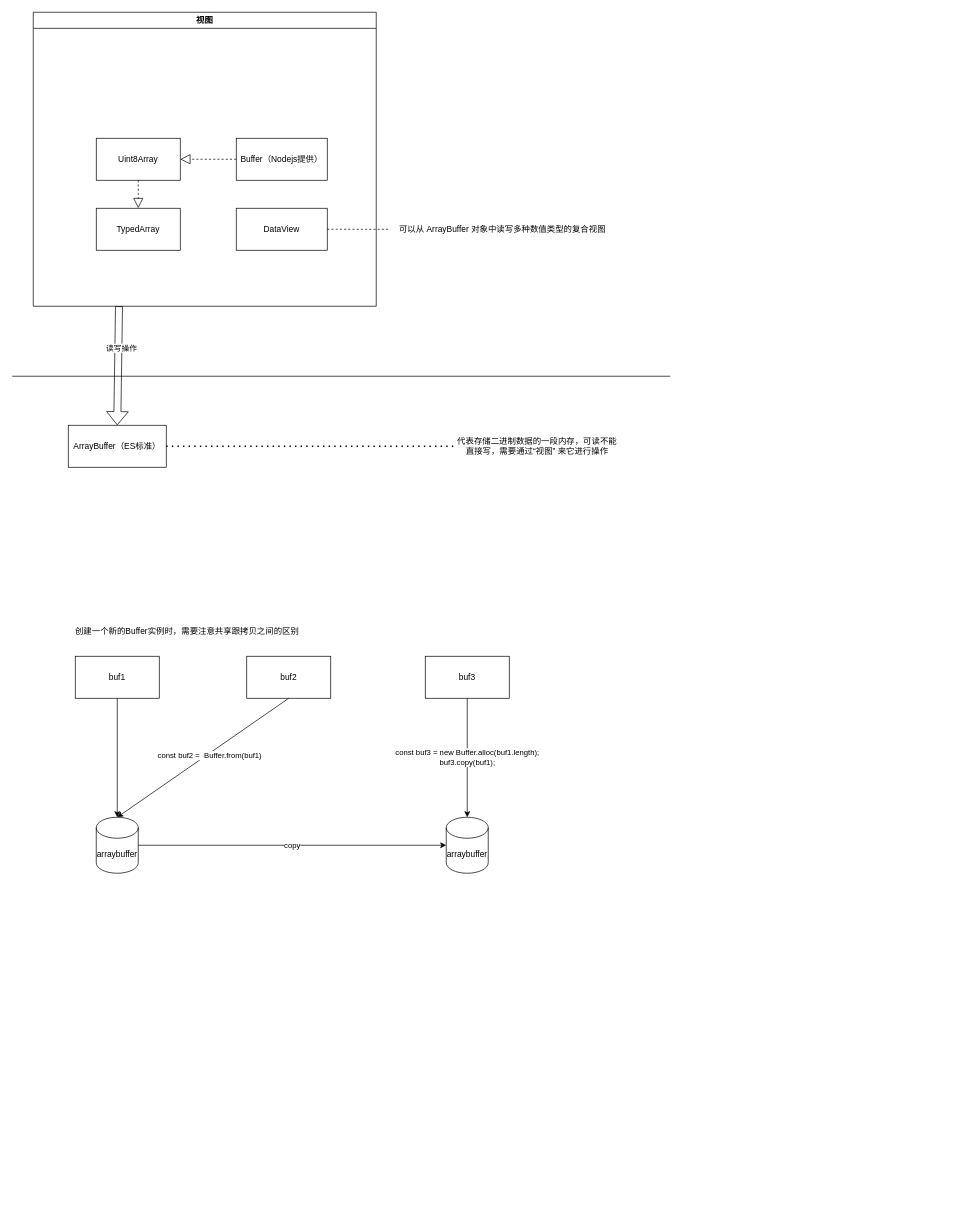
DongDeming/diagrams keeps this draw.io diagram as Buffer 学习图例.drawio. Above is the earlier version. Source tidied: cells renumbered, new cells numbered last; positions are measured from the earlier drawing's top-left corner, leaving out a move shared by most shapes. Both pictures are drawn from the tidied source at 70%, with x=0, y=0 at pixel (12, 12).
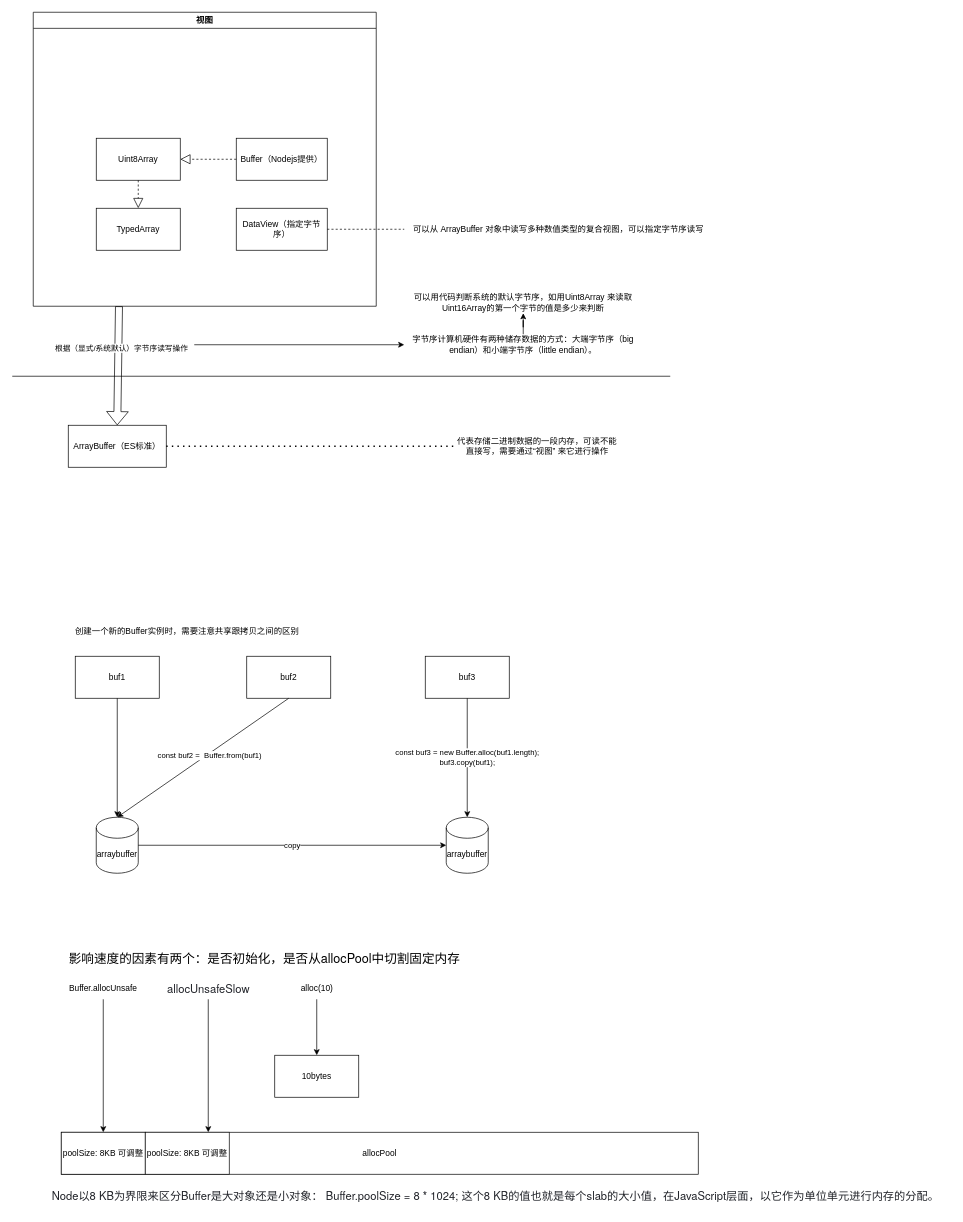
After the change.

Commit message:
更新Buffer 学习图例.drawio

Unchanged cells that the change refers to:
```xml
<mxCell id="5" value="视图" style="swimlane;whiteSpace=wrap;html=1;" parent="1" vertex="1">
  <mxGeometry x="30" width="490" height="420" as="geometry" />
</mxCell>
<mxCell id="13" style="shape=flexArrow;endArrow=classic;html=1;rounded=0;entryX=0.5;entryY=0;entryDx=0;entryDy=0;exitX=0.25;exitY=1;exitDx=0;exitDy=0;" parent="1" edge="1" source="5" target="2">
  <mxGeometry relative="1" as="geometry" />
</mxCell>
```

Change to the diagram source:
```diff
@@
-    <mxCell id="11" value="DataView" style="whiteSpace=wrap;html=1;" parent="5" vertex="1">
+    <mxCell id="11" value="DataView（指定字节序）" style="whiteSpace=wrap;html=1;" parent="5" vertex="1">
       <mxGeometry x="290" y="280" width="130" height="60" as="geometry" />
     </mxCell>
@@
-    <mxCell id="14" value="读写操作" style="edgeLabel;html=1;align=center;verticalAlign=middle;" parent="13" vertex="1">
+    <mxCell id="14" value="根据（显式/系统默认）字节序读写操作" style="edgeLabel;html=1;align=center;verticalAlign=middle;" parent="13" vertex="1">
       <mxGeometry x="-0.31" y="4" relative="1" as="geometry" />
     </mxCell>
-    <mxCell id="15" value="可以从 ArrayBuffer 对象中读写多种数值类型的复合视图" style="text;html=1;align=center;verticalAlign=middle;points=[];strokeColor=none;fillColor=none;" parent="1" vertex="1">
-      <mxGeometry x="540" y="295" width="320" height="30" as="geometry" />
+    <mxCell id="15" value="可以从 ArrayBuffer 对象中读写多种数值类型的复合视图，可以指定字节序读写" style="text;html=1;align=center;verticalAlign=middle;points=[];strokeColor=none;fillColor=none;" parent="1" vertex="1">
+      <mxGeometry x="560" y="295" width="440" height="30" as="geometry" />
     </mxCell>
@@
+    <mxCell id="28" style="edgeStyle=orthogonalEdgeStyle;rounded=0;jettySize=auto;html=1;" parent="1" edge="1" source="29" target="31">
+      <mxGeometry relative="1" as="geometry" />
+    </mxCell>
+    <mxCell id="29" value="字节序计算机硬件有两种储存数据的方式：大端字节序（big endian）和小端字节序（little endian）。" style="text;html=1;strokeColor=none;fillColor=none;align=center;verticalAlign=middle;whiteSpace=wrap;rounded=0;" parent="1" vertex="1">
+      <mxGeometry x="560" y="460" width="340" height="30" as="geometry" />
+    </mxCell>
+    <mxCell id="30" style="endArrow=classic;html=1;rounded=0;entryX=0;entryY=0.5;entryDx=0;entryDy=0;" parent="1" edge="1" target="29">
+      <mxGeometry relative="1" as="geometry">
+        <mxPoint x="260" y="475" as="sourcePoint" />
+      </mxGeometry>
+    </mxCell>
+    <mxCell id="31" value="可以用代码判断系统的默认字节序，如用Uint8Array 来读取 Uint16Array的第一个字节的值是多少来判断" style="text;html=1;strokeColor=none;fillColor=none;align=center;verticalAlign=middle;whiteSpace=wrap;rounded=0;" parent="1" vertex="1">
+      <mxGeometry x="560" y="400" width="340" height="30" as="geometry" />
+    </mxCell>
+    <mxCell id="32" value="allocPool" style="rounded=0;whiteSpace=wrap;html=1;" parent="1" vertex="1">
+      <mxGeometry x="70" y="1600" width="910" height="60" as="geometry" />
+    </mxCell>
+    <mxCell id="33" value="poolSize: 8KB 可调整" style="rounded=0;whiteSpace=wrap;html=1;" parent="1" vertex="1">
+      <mxGeometry x="70" y="1600" width="120" height="60" as="geometry" />
+    </mxCell>
+    <mxCell id="34" value="poolSize: 8KB 可调整" style="rounded=0;whiteSpace=wrap;html=1;" parent="1" vertex="1">
+      <mxGeometry x="190" y="1600" width="120" height="60" as="geometry" />
+    </mxCell>
+    <mxCell id="35" style="edgeStyle=orthogonalEdgeStyle;rounded=0;jettySize=auto;html=1;" parent="1" edge="1" source="36" target="33">
+      <mxGeometry relative="1" as="geometry" />
+    </mxCell>
+    <mxCell id="36" value="Buffer.allocUnsafe" style="text;html=1;strokeColor=none;fillColor=none;align=center;verticalAlign=middle;whiteSpace=wrap;rounded=0;" parent="1" vertex="1">
+      <mxGeometry x="70" y="1380" width="120" height="30" as="geometry" />
+    </mxCell>
+    <mxCell id="37" value="&lt;p style=&quot;margin: 0px; font-variant-numeric: normal; font-variant-east-asian: normal; font-variant-alternates: normal; font-kerning: auto; font-optical-sizing: auto; font-feature-settings: normal; font-variation-settings: normal; font-stretch: normal; font-size: 18px; line-height: normal; font-family: &amp;quot;Helvetica Neue&amp;quot;; text-align: start;&quot; class=&quot;p1&quot;&gt;影响速度的因素有两个：是否初始化，是否从allocPool中切割固定内存&lt;/p&gt;" style="text;html=1;align=center;verticalAlign=middle;strokeColor=none;fillColor=none;" parent="1" vertex="1">
+      <mxGeometry x="70" y="1330" width="580" height="40" as="geometry" />
+    </mxCell>
+    <mxCell id="38" style="edgeStyle=orthogonalEdgeStyle;rounded=0;jettySize=auto;html=1;entryX=0.75;entryY=0;entryDx=0;entryDy=0;" parent="1" edge="1" source="39" target="34">
+      <mxGeometry relative="1" as="geometry" />
+    </mxCell>
+    <mxCell id="39" value="&lt;p style=&quot;margin: 0px; font-variant-numeric: normal; font-variant-east-asian: normal; font-variant-alternates: normal; font-kerning: auto; font-optical-sizing: auto; font-feature-settings: normal; font-variation-settings: normal; font-stretch: normal; font-size: 16px; line-height: normal; font-family: &amp;quot;Helvetica Neue&amp;quot;; color: rgb(34, 36, 42); text-align: start;&quot; class=&quot;p1&quot;&gt;allocUnsafeSlow&lt;/p&gt;" style="text;html=1;align=center;verticalAlign=middle;points=[];strokeColor=none;fillColor=none;" parent="1" vertex="1">
+      <mxGeometry x="210" y="1380" width="140" height="30" as="geometry" />
+    </mxCell>
+    <mxCell id="40" style="edgeStyle=orthogonalEdgeStyle;rounded=0;jettySize=auto;html=1;" parent="1" edge="1" source="41" target="42">
+      <mxGeometry relative="1" as="geometry" />
+    </mxCell>
+    <mxCell id="41" value="alloc(10)" style="text;html=1;align=center;verticalAlign=middle;points=[];strokeColor=none;fillColor=none;" parent="1" vertex="1">
+      <mxGeometry x="400" y="1380" width="70" height="30" as="geometry" />
+    </mxCell>
+    <mxCell id="42" value="10bytes" style="rounded=0;whiteSpace=wrap;html=1;" parent="1" vertex="1">
+      <mxGeometry x="375" y="1490" width="120" height="60" as="geometry" />
+    </mxCell>
+    <mxCell id="43" value="&lt;p style=&quot;margin: 0px; font-variant-numeric: normal; font-variant-east-asian: normal; font-variant-alternates: normal; font-kerning: auto; font-optical-sizing: auto; font-feature-settings: normal; font-variation-settings: normal; font-stretch: normal; font-size: 16px; line-height: normal; font-family: &amp;quot;Helvetica Neue&amp;quot;; color: rgb(34, 36, 42); text-align: start;&quot; class=&quot;p1&quot;&gt;Node以8 KB为界限来区分Buffer是大对象还是小对象： Buffer.poolSize = 8 * 1024; 这个8 KB的值也就是每个slab的大小值，在JavaScript层面，以它作为单位单元进行内存的分配。&lt;/p&gt;" style="text;html=1;align=center;verticalAlign=middle;strokeColor=none;fillColor=none;" parent="1" vertex="1">
+      <mxGeometry x="40" y="1670" width="1300" height="40" as="geometry" />
+    </mxCell>
```
